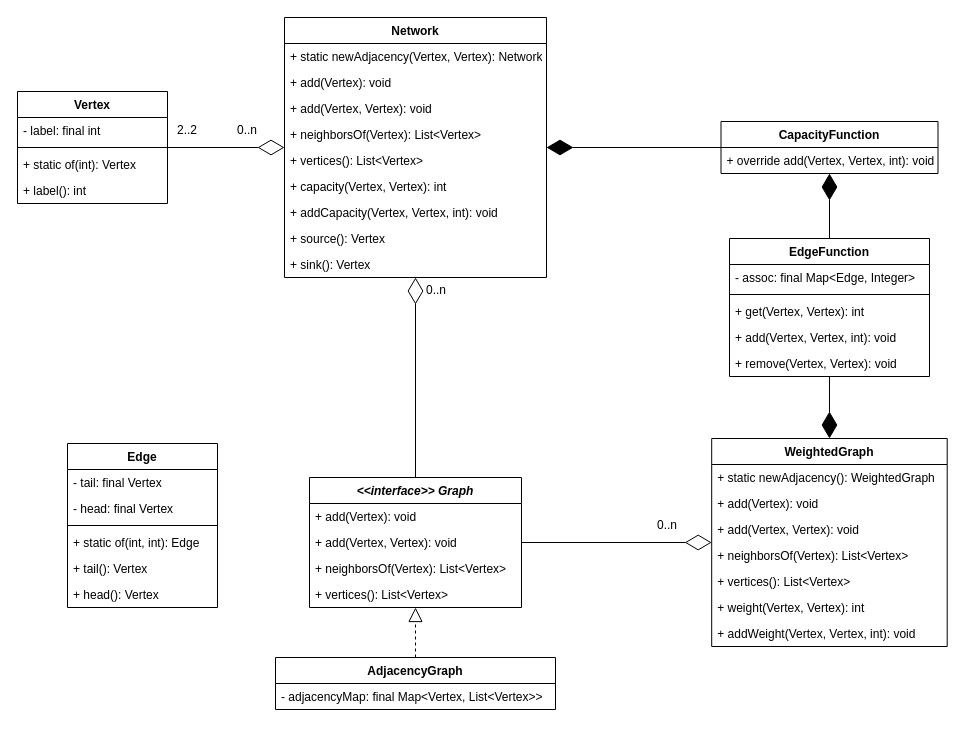
Earlier version of the draw.io diagram docs/graph.drawio (mgmu/jraf). Source tidied: cells renumbered, new cells numbered last; positions are measured from the earlier drawing's top-left corner, leaving out a move shared by most shapes. Both pictures are drawn from the tidied source at 100%, with x=0, y=0 at pixel (17, 17).
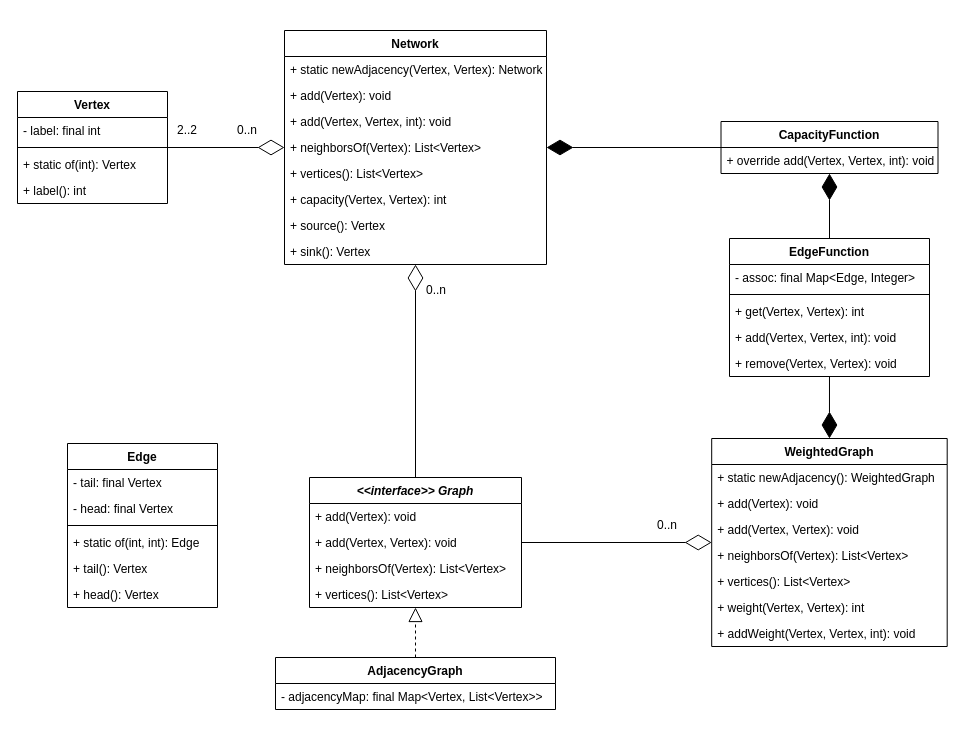
The same page after the edit.

What changed in the source:
```diff
@@
     <mxCell id="39" value="Network" style="swimlane;fontStyle=1;align=center;verticalAlign=top;horizontal=1;startSize=26;" parent="1" vertex="1">
-      <mxGeometry x="267" width="262" height="260" as="geometry" />
+      <mxGeometry x="267" y="13" width="262" height="234" as="geometry" />
     </mxCell>
@@
-    <mxCell id="42" value="+ add(Vertex, Vertex): void" style="text;strokeColor=none;fillColor=none;align=left;verticalAlign=top;spacingLeft=4;spacingRight=4;overflow=hidden;" parent="39" vertex="1">
+    <mxCell id="42" value="+ add(Vertex, Vertex, int): void" style="text;strokeColor=none;fillColor=none;align=left;verticalAlign=top;spacingLeft=4;spacingRight=4;overflow=hidden;" parent="39" vertex="1">
       <mxGeometry y="78" width="262" height="26" as="geometry" />
     </mxCell>
@@
-    <mxCell id="46" value="+ addCapacity(Vertex, Vertex, int): void" style="text;strokeColor=none;fillColor=none;align=left;verticalAlign=top;spacingLeft=4;spacingRight=4;overflow=hidden;" parent="39" vertex="1">
-      <mxGeometry y="182" width="262" height="26" as="geometry" />
-    </mxCell>
     <mxCell id="47" value="+ source(): Vertex" style="text;strokeColor=none;fillColor=none;align=left;verticalAlign=top;spacingLeft=4;spacingRight=4;overflow=hidden;" parent="39" vertex="1">
-      <mxGeometry y="208" width="262" height="26" as="geometry" />
+      <mxGeometry y="182" width="262" height="26" as="geometry" />
     </mxCell>
     <mxCell id="48" value="+ sink(): Vertex" style="text;strokeColor=none;fillColor=none;align=left;verticalAlign=top;spacingLeft=4;spacingRight=4;overflow=hidden;" parent="39" vertex="1">
-      <mxGeometry y="234" width="262" height="26" as="geometry" />
+      <mxGeometry y="208" width="262" height="26" as="geometry" />
     </mxCell>
```
